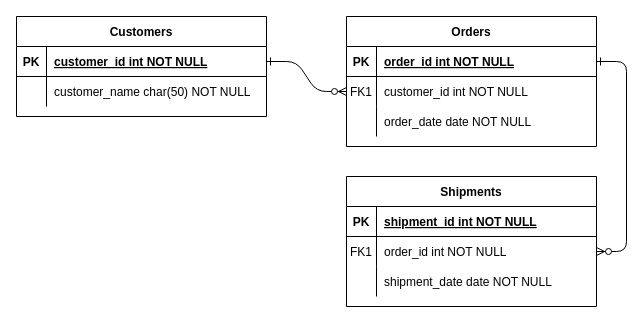
The draw.io diagram db_relations.drawio in FernandesMF/game-sorter, before the edit. Source tidied: cells renumbered, new cells numbered last; positions are measured from the earlier drawing's top-left corner, leaving out a move shared by most shapes. Both pictures are drawn from the tidied source at 100%, with x=0, y=0 at pixel (16, 16).
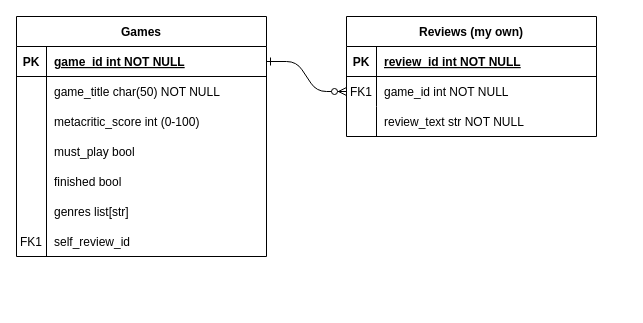
After the change.

Unchanged cells that the change refers to:
```xml
<mxCell id="5" style="shape=partialRectangle;fillColor=none;points=[[0,0.5],[1,0.5]];portConstraint=eastwest;top=0;left=0;right=0;bottom=1;" parent="4" vertex="1">
  <mxGeometry y="30" width="250" height="30" as="geometry" />
</mxCell>
<mxCell id="8" style="shape=partialRectangle;fillColor=none;points=[[0,0.5],[1,0.5]];portConstraint=eastwest;top=0;left=0;right=0;bottom=0;" parent="4" vertex="1">
  <mxGeometry y="60" width="250" height="30" as="geometry" />
</mxCell>
<mxCell id="11" style="shape=partialRectangle;fillColor=none;top=0;left=0;right=0;bottom=0;" parent="4" vertex="1">
  <mxGeometry y="90" width="250" height="30" as="geometry" />
</mxCell>
<mxCell id="25" style="shape=partialRectangle;fillColor=none;points=[[0,0.5],[1,0.5]];portConstraint=eastwest;top=0;left=0;right=0;bottom=1;" parent="24" vertex="1">
  <mxGeometry y="30" width="250" height="30" as="geometry" />
</mxCell>
```

Diff of the diagram source:
```diff
@@
-    <mxCell id="2" style="edgeStyle=entityRelationEdgeStyle;endArrow=ERzeroToMany;startArrow=ERone;endFill=1;startFill=0;" parent="1" edge="1" source="25" target="8">
+    <mxCell id="2" style="edgeStyle=entityRelationEdgeStyle;endArrow=ERzeroToMany;startArrow=ERone;endFill=1;startFill=0;entryX=0;entryY=0.5;entryDx=0;entryDy=0;" parent="1" edge="1" source="25" target="8">
       <mxGeometry relative="1" as="geometry" />
     </mxCell>
-    <mxCell id="3" style="edgeStyle=entityRelationEdgeStyle;endArrow=ERzeroToMany;startArrow=ERone;endFill=1;startFill=0;" parent="1" edge="1" source="5" target="18">
-      <mxGeometry relative="1" as="geometry" />
-    </mxCell>
-    <mxCell id="4" value="Orders" style="shape=table;startSize=30;childLayout=tableLayout;rowLines=0;fontStyle=1;align=center;" parent="1" vertex="1">
-      <mxGeometry x="330" width="250" height="130" as="geometry" />
+    <mxCell id="4" value="Reviews (my own)" style="shape=table;startSize=30;childLayout=tableLayout;rowLines=0;fontStyle=1;align=center;" parent="1" vertex="1">
+      <mxGeometry x="330" width="250" height="120" as="geometry" />
     </mxCell>
@@
-    <mxCell id="7" value="order_id int NOT NULL " style="shape=partialRectangle;overflow=hidden;fillColor=none;top=0;left=0;bottom=0;right=0;align=left;spacingLeft=6;fontStyle=5;" parent="5" vertex="1">
+    <mxCell id="7" value="review_id int NOT NULL " style="shape=partialRectangle;overflow=hidden;fillColor=none;top=0;left=0;bottom=0;right=0;align=left;spacingLeft=6;fontStyle=5;" parent="5" vertex="1">
       <mxGeometry x="30" width="220" height="30" as="geometry" />
     </mxCell>
@@
-    <mxCell id="10" value="customer_id int NOT NULL" style="shape=partialRectangle;overflow=hidden;fillColor=none;top=0;left=0;bottom=0;right=0;align=left;spacingLeft=6;" parent="8" vertex="1">
+    <mxCell id="10" value="game_id int NOT NULL" style="shape=partialRectangle;overflow=hidden;fillColor=none;top=0;left=0;bottom=0;right=0;align=left;spacingLeft=6;" parent="8" vertex="1">
       <mxGeometry x="30" width="220" height="30" as="geometry" />
     </mxCell>
@@
-    <mxCell id="13" value="order_date date NOT NULL" style="shape=partialRectangle;overflow=hidden;fillColor=none;top=0;left=0;bottom=0;right=0;align=left;spacingLeft=6;" parent="11" vertex="1">
+    <mxCell id="13" value="review_text str NOT NULL" style="shape=partialRectangle;overflow=hidden;fillColor=none;top=0;left=0;bottom=0;right=0;align=left;spacingLeft=6;" parent="11" vertex="1">
       <mxGeometry x="30" width="220" height="30" as="geometry" />
     </mxCell>
-    <mxCell id="14" value="Shipments" style="shape=table;startSize=30;childLayout=tableLayout;rowLines=0;fontStyle=1;align=center;" parent="1" vertex="1">
-      <mxGeometry x="330" y="160" width="250" height="130" as="geometry" />
-    </mxCell>
-    <mxCell id="15" style="shape=partialRectangle;fillColor=none;top=0;left=0;right=0;bottom=1;" parent="14" vertex="1">
-      <mxGeometry y="30" width="250" height="30" as="geometry" />
-    </mxCell>
-    <mxCell id="16" value="PK" style="shape=partialRectangle;overflow=hidden;fillColor=none;top=0;left=0;bottom=0;right=0;fontStyle=1;" parent="15" vertex="1">
-      <mxGeometry width="30" height="30" as="geometry" />
-    </mxCell>
-    <mxCell id="17" value="shipment_id int NOT NULL " style="shape=partialRectangle;overflow=hidden;fillColor=none;top=0;left=0;bottom=0;right=0;align=left;spacingLeft=6;fontStyle=5;" parent="15" vertex="1">
-      <mxGeometry x="30" width="220" height="30" as="geometry" />
-    </mxCell>
-    <mxCell id="18" style="shape=partialRectangle;fillColor=none;points=[[0,0.5],[1,0.5]];portConstraint=eastwest;top=0;left=0;right=0;bottom=0;" parent="14" vertex="1">
-      <mxGeometry y="60" width="250" height="30" as="geometry" />
-    </mxCell>
-    <mxCell id="19" value="FK1" style="shape=partialRectangle;overflow=hidden;fillColor=none;top=0;left=0;bottom=0;right=0;" parent="18" vertex="1">
-      <mxGeometry width="30" height="30" as="geometry" />
-    </mxCell>
-    <mxCell id="20" value="order_id int NOT NULL" style="shape=partialRectangle;overflow=hidden;fillColor=none;top=0;left=0;bottom=0;right=0;align=left;spacingLeft=6;" parent="18" vertex="1">
-      <mxGeometry x="30" width="220" height="30" as="geometry" />
-    </mxCell>
-    <mxCell id="21" style="shape=partialRectangle;fillColor=none;top=0;left=0;right=0;bottom=0;" parent="14" vertex="1">
-      <mxGeometry y="90" width="250" height="30" as="geometry" />
-    </mxCell>
-    <mxCell id="22" style="shape=partialRectangle;overflow=hidden;fillColor=none;top=0;left=0;bottom=0;right=0;" parent="21" vertex="1">
-      <mxGeometry width="30" height="30" as="geometry" />
-    </mxCell>
-    <mxCell id="23" value="shipment_date date NOT NULL" style="shape=partialRectangle;overflow=hidden;fillColor=none;top=0;left=0;bottom=0;right=0;align=left;spacingLeft=6;" parent="21" vertex="1">
-      <mxGeometry x="30" width="220" height="30" as="geometry" />
-    </mxCell>
-    <mxCell id="24" value="Customers" style="shape=table;startSize=30;childLayout=tableLayout;rowLines=0;fontStyle=1;align=center;" parent="1" vertex="1">
-      <mxGeometry width="250" height="100" as="geometry" />
+    <mxCell id="24" value="Games" style="shape=table;startSize=30;childLayout=tableLayout;rowLines=0;fontStyle=1;align=center;" parent="1" vertex="1">
+      <mxGeometry width="250" height="240" as="geometry" />
     </mxCell>
@@
-    <mxCell id="27" value="customer_id int NOT NULL " style="shape=partialRectangle;overflow=hidden;fillColor=none;top=0;left=0;bottom=0;right=0;align=left;spacingLeft=6;fontStyle=5;" parent="25" vertex="1">
+    <mxCell id="27" value="game_id int NOT NULL " style="shape=partialRectangle;overflow=hidden;fillColor=none;top=0;left=0;bottom=0;right=0;align=left;spacingLeft=6;fontStyle=5;" parent="25" vertex="1">
       <mxGeometry x="30" width="220" height="30" as="geometry" />
     </mxCell>
     <mxCell id="28" style="shape=partialRectangle;fillColor=none;top=0;left=0;right=0;bottom=0;" parent="24" vertex="1">
-      <mxGeometry y="60" width="250" height="30" as="geometry" />
+      <mxGeometry y="60" width="250" height="180" as="geometry" />
     </mxCell>
     <mxCell id="29" style="shape=partialRectangle;overflow=hidden;fillColor=none;top=0;left=0;bottom=0;right=0;" parent="28" vertex="1">
-      <mxGeometry width="30" height="30" as="geometry" />
+      <mxGeometry width="30" height="180" as="geometry" />
     </mxCell>
-    <mxCell id="30" value="customer_name char(50) NOT NULL" style="shape=partialRectangle;overflow=hidden;fillColor=none;top=0;left=0;bottom=0;right=0;align=left;spacingLeft=6;" parent="28" vertex="1">
-      <mxGeometry x="30" width="220" height="30" as="geometry" />
+    <mxCell id="30" style="shape=partialRectangle;overflow=hidden;fillColor=none;top=0;left=0;bottom=0;right=0;align=left;spacingLeft=6;" parent="28" vertex="1">
+      <mxGeometry x="30" width="220" height="180" as="geometry" />
     </mxCell>
+    <mxCell id="31" style="shape=partialRectangle;overflow=hidden;fillColor=none;top=0;left=0;bottom=0;right=0;" parent="1" vertex="1">
+      <mxGeometry y="90" width="30" height="30" as="geometry" />
+    </mxCell>
+    <mxCell id="32" value="game_title char(50) NOT NULL" style="shape=partialRectangle;overflow=hidden;fillColor=none;top=0;left=0;bottom=0;right=0;align=left;spacingLeft=6;" parent="1" vertex="1">
+      <mxGeometry x="30" y="60" width="220" height="30" as="geometry" />
+    </mxCell>
+    <mxCell id="33" value="metacritic_score int (0-100)" style="shape=partialRectangle;overflow=hidden;fillColor=none;top=0;left=0;bottom=0;right=0;align=left;spacingLeft=6;" parent="1" vertex="1">
+      <mxGeometry x="30" y="90" width="220" height="30" as="geometry" />
+    </mxCell>
+    <mxCell id="34" value="must_play bool" style="shape=partialRectangle;overflow=hidden;fillColor=none;top=0;left=0;bottom=0;right=0;align=left;spacingLeft=6;" parent="1" vertex="1">
+      <mxGeometry x="30" y="120" width="220" height="30" as="geometry" />
+    </mxCell>
+    <mxCell id="35" value="finished bool" style="shape=partialRectangle;overflow=hidden;fillColor=none;top=0;left=0;bottom=0;right=0;align=left;spacingLeft=6;" parent="1" vertex="1">
+      <mxGeometry x="30" y="150" width="220" height="30" as="geometry" />
+    </mxCell>
+    <mxCell id="36" value="genres list[str]" style="shape=partialRectangle;overflow=hidden;fillColor=none;top=0;left=0;bottom=0;right=0;align=left;spacingLeft=6;" parent="1" vertex="1">
+      <mxGeometry x="30" y="180" width="220" height="30" as="geometry" />
+    </mxCell>
+    <mxCell id="37" value="self_review_id " style="shape=partialRectangle;overflow=hidden;fillColor=none;top=0;left=0;bottom=0;right=0;align=left;spacingLeft=6;" parent="1" vertex="1">
+      <mxGeometry x="30" y="210" width="220" height="30" as="geometry" />
+    </mxCell>
+    <mxCell id="19" value="FK1" style="shape=partialRectangle;overflow=hidden;fillColor=none;top=0;left=0;bottom=0;right=0;fontStyle=0;" parent="1" vertex="1">
+      <mxGeometry y="210" width="30" height="30" as="geometry" />
+    </mxCell>
```
